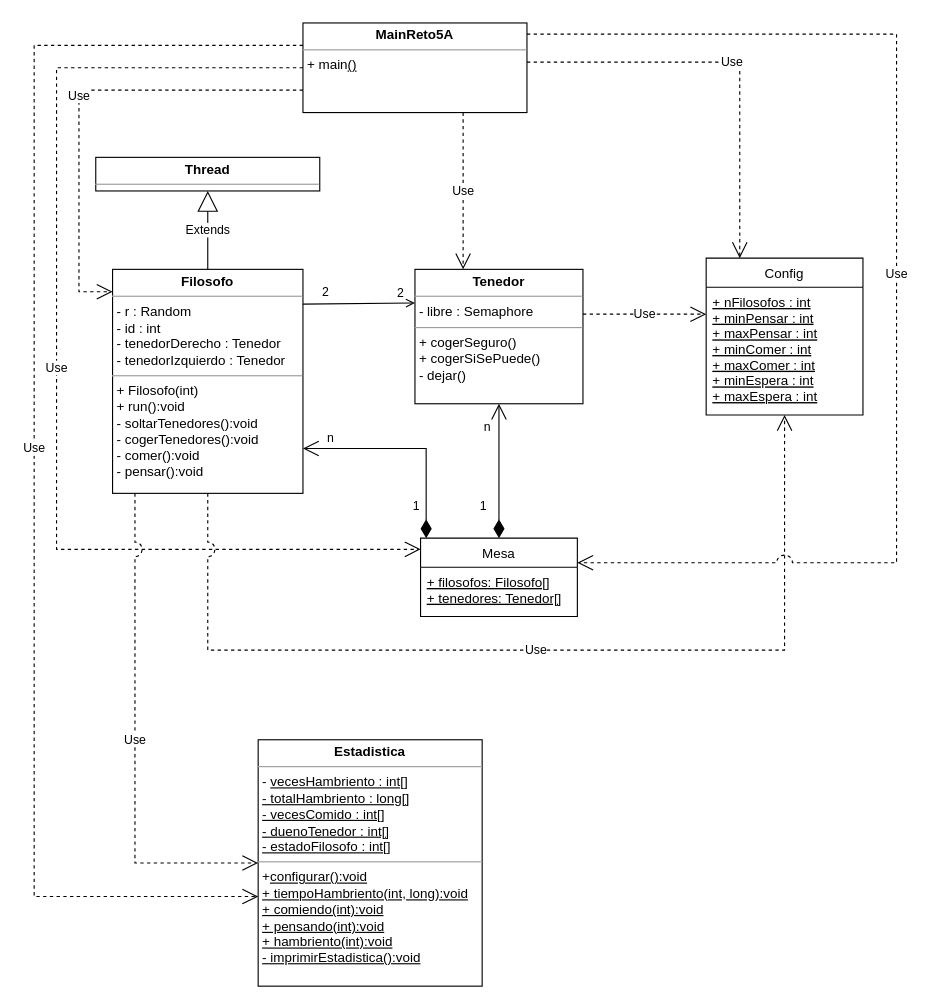
This is documentos/filosofos.drawio from josebailoneduca/PSPRO_Reto5, a draw.io file, before an edit. Source tidied: cells renumbered, new cells numbered last; positions are measured from the earlier drawing's top-left corner, leaving out a move shared by most shapes. Both pictures are drawn from the tidied source at 112%, with x=0, y=0 at pixel (34, 22).
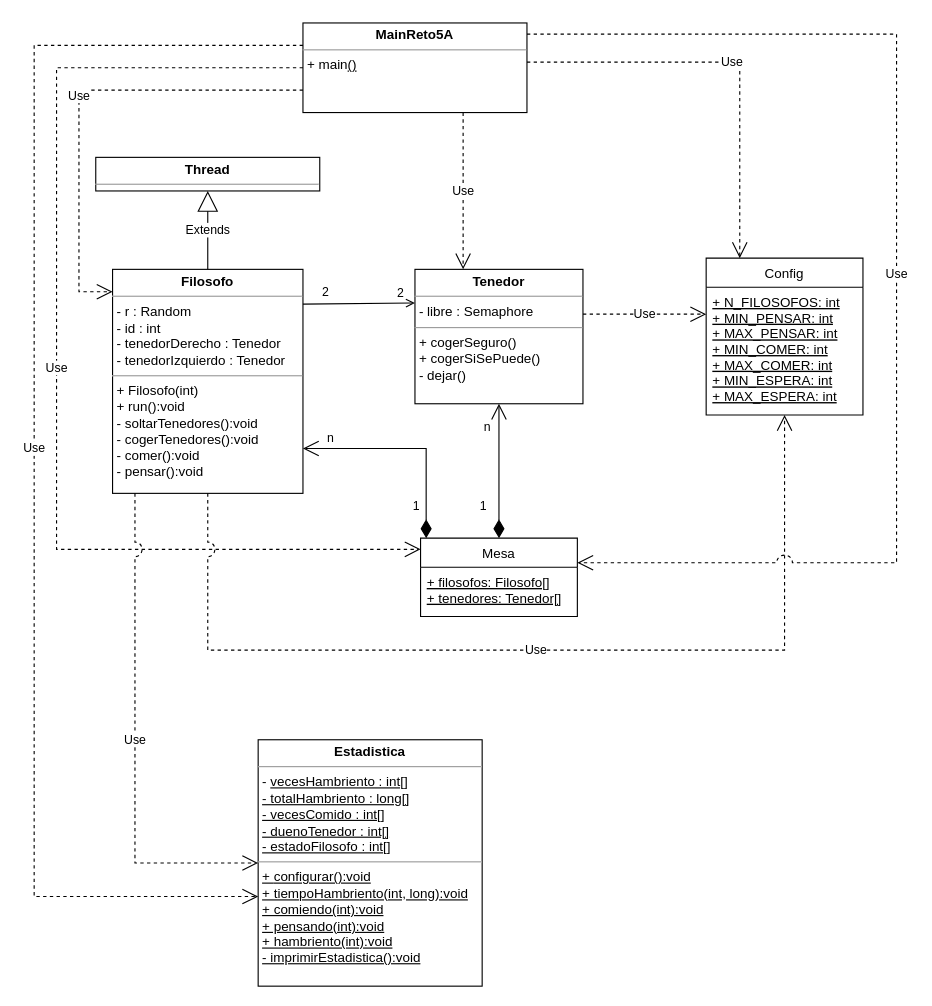
The same diagram, later.

Unchanged cells that the change refers to:
```xml
<mxCell id="8" value="Config" style="swimlane;fontStyle=0;horizontal=1;startSize=26;fillColor=none;" parent="1" vertex="1">
  <mxGeometry x="600" y="210" width="140" height="140" as="geometry" />
</mxCell>
```

What changed in the source:
```diff
@@
-    <mxCell id="5" value="&lt;p style=&quot;margin:0px;margin-top:4px;text-align:center;&quot;&gt;&lt;b&gt;Estadistica&lt;/b&gt;&lt;/p&gt;&lt;hr size=&quot;1&quot;&gt;&lt;p style=&quot;margin:0px;margin-left:4px;&quot;&gt;&lt;span style=&quot;background-color: initial;&quot;&gt;- &lt;u&gt;vecesHambriento : int[]&lt;/u&gt;&lt;/span&gt;&lt;u&gt;&lt;br&gt;&lt;/u&gt;&lt;/p&gt;&lt;p style=&quot;margin:0px;margin-left:4px;&quot;&gt;&lt;u&gt;- totalHambriento : long[]&lt;/u&gt;&lt;/p&gt;&lt;p style=&quot;margin:0px;margin-left:4px;&quot;&gt;&lt;u&gt;- vecesComido : int[]&lt;/u&gt;&lt;/p&gt;&lt;p style=&quot;margin:0px;margin-left:4px;&quot;&gt;&lt;u&gt;- duenoTenedor : int[]&lt;/u&gt;&lt;/p&gt;&lt;p style=&quot;margin:0px;margin-left:4px;&quot;&gt;&lt;u&gt;- estadoFilosofo : int[]&lt;/u&gt;&lt;/p&gt;&lt;hr size=&quot;1&quot;&gt;&lt;p style=&quot;margin:0px;margin-left:4px;&quot;&gt;+&lt;span style=&quot;background-color: initial;&quot;&gt;&lt;u&gt;configurar():void&lt;/u&gt;&lt;/span&gt;&lt;/p&gt;&lt;p style=&quot;margin:0px;margin-left:4px;&quot;&gt;&lt;u&gt;+ tiempoHambriento(int, long):void&lt;/u&gt;&lt;/p&gt;&lt;p style=&quot;margin:0px;margin-left:4px;&quot;&gt;&lt;u&gt;+ comiendo(int):void&lt;/u&gt;&lt;/p&gt;&lt;p style=&quot;margin:0px;margin-left:4px;&quot;&gt;&lt;u&gt;+ pensando(int):void&lt;/u&gt;&lt;/p&gt;&lt;p style=&quot;margin:0px;margin-left:4px;&quot;&gt;&lt;u&gt;+ hambriento(int):void&lt;/u&gt;&lt;/p&gt;&lt;p style=&quot;margin:0px;margin-left:4px;&quot;&gt;&lt;u&gt;- imprimirEstadistica():void&lt;/u&gt;&lt;/p&gt;" style="verticalAlign=top;align=left;overflow=fill;fontSize=12;fontFamily=Helvetica;html=1;" parent="1" vertex="1">
+    <mxCell id="5" value="&lt;p style=&quot;margin:0px;margin-top:4px;text-align:center;&quot;&gt;&lt;b&gt;Estadistica&lt;/b&gt;&lt;/p&gt;&lt;hr size=&quot;1&quot;&gt;&lt;p style=&quot;margin:0px;margin-left:4px;&quot;&gt;&lt;span style=&quot;background-color: initial;&quot;&gt;- &lt;u&gt;vecesHambriento : int[]&lt;/u&gt;&lt;/span&gt;&lt;u&gt;&lt;br&gt;&lt;/u&gt;&lt;/p&gt;&lt;p style=&quot;margin:0px;margin-left:4px;&quot;&gt;&lt;u&gt;- totalHambriento : long[]&lt;/u&gt;&lt;/p&gt;&lt;p style=&quot;margin:0px;margin-left:4px;&quot;&gt;&lt;u&gt;- vecesComido : int[]&lt;/u&gt;&lt;/p&gt;&lt;p style=&quot;margin:0px;margin-left:4px;&quot;&gt;&lt;u&gt;- duenoTenedor : int[]&lt;/u&gt;&lt;/p&gt;&lt;p style=&quot;margin:0px;margin-left:4px;&quot;&gt;&lt;u&gt;- estadoFilosofo : int[]&lt;/u&gt;&lt;/p&gt;&lt;hr size=&quot;1&quot;&gt;&lt;p style=&quot;margin:0px;margin-left:4px;&quot;&gt;&lt;u&gt;+&amp;nbsp;&lt;/u&gt;&lt;span style=&quot;background-color: initial;&quot;&gt;&lt;u&gt;configurar():void&lt;/u&gt;&lt;/span&gt;&lt;/p&gt;&lt;p style=&quot;margin:0px;margin-left:4px;&quot;&gt;&lt;u&gt;+ tiempoHambriento(int, long):void&lt;/u&gt;&lt;/p&gt;&lt;p style=&quot;margin:0px;margin-left:4px;&quot;&gt;&lt;u&gt;+ comiendo(int):void&lt;/u&gt;&lt;/p&gt;&lt;p style=&quot;margin:0px;margin-left:4px;&quot;&gt;&lt;u&gt;+ pensando(int):void&lt;/u&gt;&lt;/p&gt;&lt;p style=&quot;margin:0px;margin-left:4px;&quot;&gt;&lt;u&gt;+ hambriento(int):void&lt;/u&gt;&lt;/p&gt;&lt;p style=&quot;margin:0px;margin-left:4px;&quot;&gt;&lt;u&gt;- imprimirEstadistica():void&lt;/u&gt;&lt;/p&gt;" style="verticalAlign=top;align=left;overflow=fill;fontSize=12;fontFamily=Helvetica;html=1;" parent="1" vertex="1">
       <mxGeometry x="200" y="640" width="200" height="220" as="geometry" />
     </mxCell>
@@
-    <mxCell id="9" value="+ nFilosofos : int&#10;+ minPensar : int&#10;+ maxPensar : int&#10;+ minComer : int&#10;+ maxComer : int&#10;+ minEspera : int&#10;+ maxEspera : int" style="text;strokeColor=none;fillColor=none;align=left;verticalAlign=top;spacingLeft=4;spacingRight=4;overflow=hidden;fontStyle=4;" parent="8" vertex="1">
+    <mxCell id="9" value="+ N_FILOSOFOS: int&#10;+ MIN_PENSAR: int&#10;+ MAX_PENSAR: int&#10;+ MIN_COMER: int&#10;+ MAX_COMER: int&#10;+ MIN_ESPERA: int&#10;+ MAX_ESPERA: int" style="text;strokeColor=none;fillColor=none;align=left;verticalAlign=top;spacingLeft=4;spacingRight=4;overflow=hidden;fontStyle=4;" parent="8" vertex="1">
       <mxGeometry y="26" width="140" height="114" as="geometry" />
     </mxCell>
```
